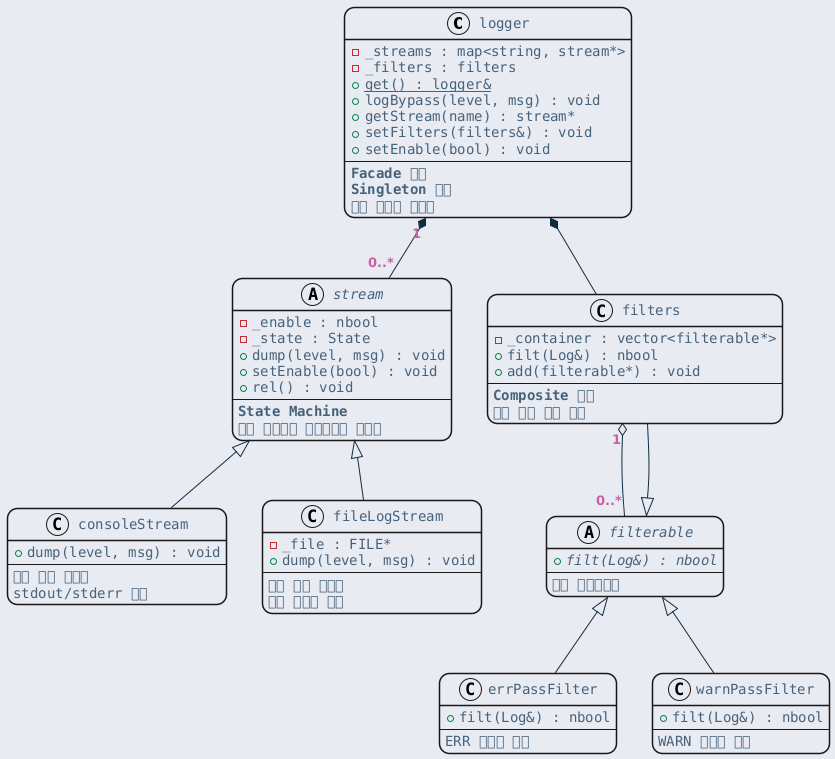
The PlantUML diagram ref/generated/ko/inline_umlgraph_4.png in byeolang/website, before a commit. Its diagram source:
```plantuml
@startuml inline_umlgraph_4.png
<style>
  root {
    BackGroundColor: #E9EBF2;
  }
  class, node, object, participant, actor, boundary, control, entity, database, collections, queue {
    LineThickness: 1.5;
    HorizontalAlignment center;
    FontColor: #47637b;
    FontSize: 14;
    FontName: "Courier";
    RoundCorner: 20;
  }
  arrow {
    LineColor: #112a40;
    FontColor: #ca5fa4;
    FontStyle: "bold"
  }
  visibilityIcon {
    protected {
      LineColor DarkGoldenRod
      BackgroundColor DarkGoldenRod
    }
}
</style>
class logger {
    - _streams : map<string, stream*>
    - _filters : filters
    + {static} get() : logger&
    + logBypass(level, msg) : void
    + getStream(name) : stream*
    + setFilters(filters&) : void
    + setEnable(bool) : void
    --
    <b>Facade 패턴</b>
    <b>Singleton 패턴</b>
    로깅 시스템 진입점
}

abstract class stream {
    - _enable : nbool
    - _state : State
    + dump(level, msg) : void
    + setEnable(bool) : void
    + rel() : void
    --
    <b>State Machine</b>
    로깅 메시지를 출력하게될 목적지
}

class consoleStream {
    + dump(level, msg) : void
    --
    콘솔 출력 스트림
    stdout/stderr 사용
}

class fileLogStream {
    - _file : FILE*
    + dump(level, msg) : void
    --
    파일 출력 스트림
    로그 파일에 기록
}

abstract class filterable {
    + {abstract} filt(Log&) : nbool
    --
    <b>필터 인터페이스</b>
}

class filters {
    - _container : vector<filterable*>
    + filt(Log&) : nbool
    + add(filterable*) : void
    --
    <b>Composite 패턴</b>
    여러 필터 통합 관리
}

class errPassFilter {
    + filt(Log&) : nbool
    --
    ERR 레벨만 통과
}

class warnPassFilter {
    + filt(Log&) : nbool
    --
    WARN 레벨만 통과
}

logger "1" *-- "0..*" stream
logger *-- filters

stream <|-- consoleStream
stream <|-- fileLogStream

filterable <|-- filters
filterable <|-- errPassFilter
filterable <|-- warnPassFilter

filters "1" o-- "0..*" filterable
@enduml
```
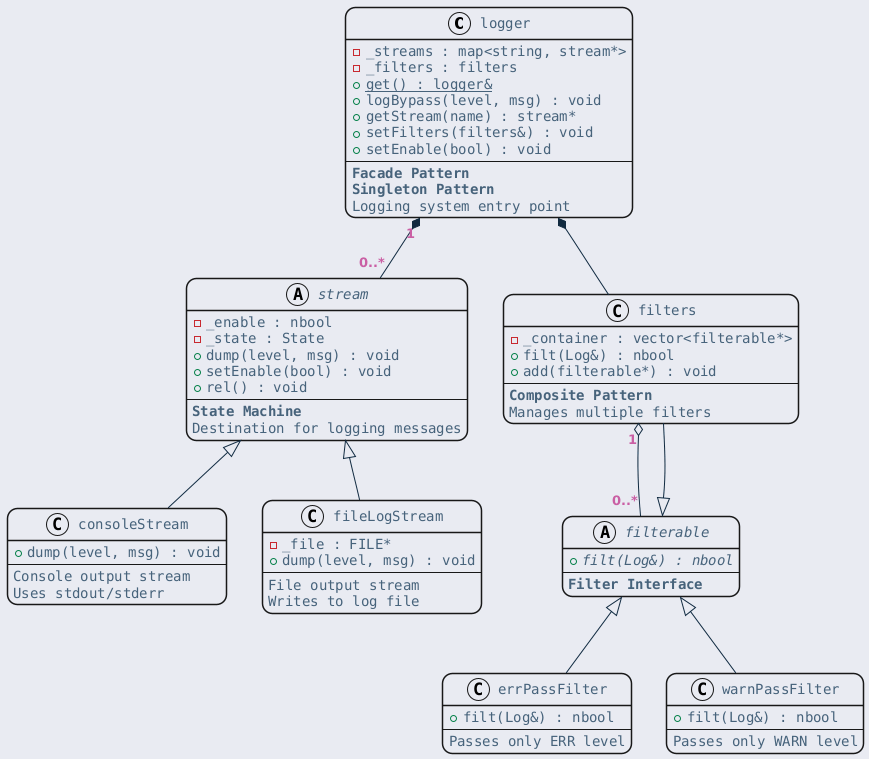
Above is the later version.

Change to the diagram source:
```diff
@@ -32,9 +32,9 @@
     + setFilters(filters&) : void
     + setEnable(bool) : void
     --
-    <b>Facade 패턴</b>
-    <b>Singleton 패턴</b>
-    로깅 시스템 진입점
+    <b>Facade Pattern</b>
+    <b>Singleton Pattern</b>
+    Logging system entry point
 }
 
 abstract class stream {
@@ -45,28 +45,28 @@
     + rel() : void
     --
     <b>State Machine</b>
-    로깅 메시지를 출력하게될 목적지
+    Destination for logging messages
 }
 
 class consoleStream {
     + dump(level, msg) : void
     --
-    콘솔 출력 스트림
-    stdout/stderr 사용
+    Console output stream
+    Uses stdout/stderr
 }
 
 class fileLogStream {
     - _file : FILE*
     + dump(level, msg) : void
     --
-    파일 출력 스트림
-    로그 파일에 기록
+    File output stream
+    Writes to log file
 }
 
 abstract class filterable {
     + {abstract} filt(Log&) : nbool
     --
-    <b>필터 인터페이스</b>
+    <b>Filter Interface</b>
 }
 
 class filters {
@@ -74,20 +74,20 @@
     + filt(Log&) : nbool
     + add(filterable*) : void
     --
-    <b>Composite 패턴</b>
-    여러 필터 통합 관리
+    <b>Composite Pattern</b>
+    Manages multiple filters
 }
 
 class errPassFilter {
     + filt(Log&) : nbool
     --
-    ERR 레벨만 통과
+    Passes only ERR level
 }
 
 class warnPassFilter {
     + filt(Log&) : nbool
     --
-    WARN 레벨만 통과
+    Passes only WARN level
 }
 
 logger "1" *-- "0..*" stream
```
